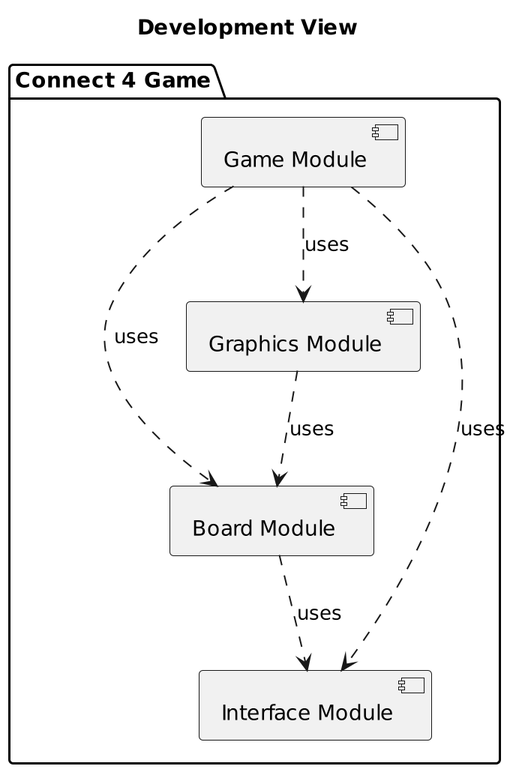
Earlier version of the PlantUML export design-analysis/Development_View.png (austin-s970/OOP-Connect4).
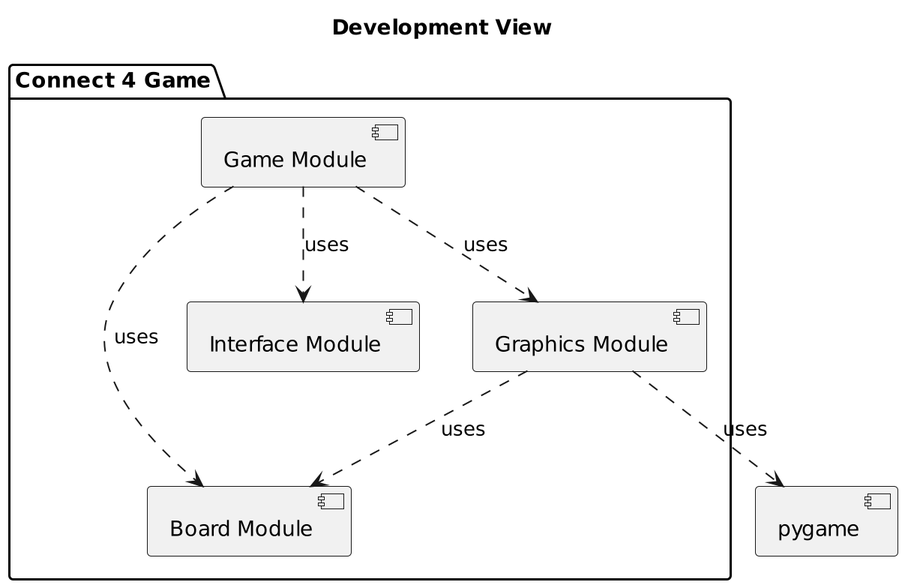
After the commit.

Change to the diagram source:
```diff
@@ -13,8 +13,7 @@
 [Game Module] ..> [Interface Module] : uses
 [Game Module] ..> [Graphics Module] : uses
 
-[Board Module] ..> [Interface Module] : uses
-
 [Graphics Module] ..> [Board Module] : uses
+[Graphics Module] ..> [pygame] : uses
 
 @enduml
```
